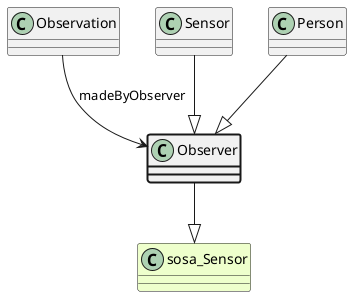
Before: ttl_uml/ttl_appn_Observer.png, a diagram exported from PlantUML (aus-plant-phenomics-network/appn-schema). Source of this version:
```plantuml
@startuml
class Observer  #line.bold
class sosa_Sensor #EEFFCC
Observer --|> sosa_Sensor
class Observation
Observation --> Observer : madeByObserver
class Sensor
Sensor --|> Observer
class Person
Person --|> Observer
@enduml
```
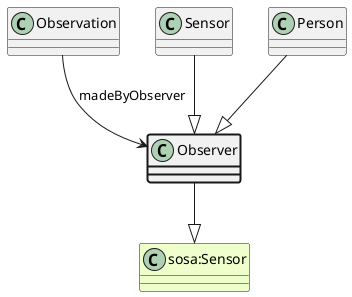
The same file after the commit.

What changed in the source:
```diff
@@ -1,7 +1,7 @@
 @startuml
 class Observer  #line.bold
-class sosa_Sensor #EEFFCC
-Observer --|> sosa_Sensor
+class "sosa:Sensor" #EEFFCC
+Observer --|> "sosa:Sensor"
 class Observation
 Observation --> Observer : madeByObserver
 class Sensor
```
